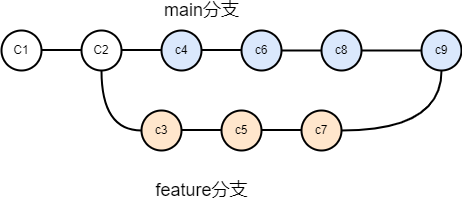
zgjsxx/static-img-repo keeps this draw.io diagram as blog/tool/git-merge-git-rebase/git-merge-git-rebase.png. Above is the earlier version. Source tidied: cells renumbered, new cells last; positions are measured from the earlier drawing's top-left corner, leaving out a move shared by most shapes. Its diagram source:
```xml
<mxGraphModel>
  <root>
    <mxCell id="0" />
    <mxCell id="1" parent="0" />
    <mxCell id="2" value="C1" style="ellipse;whiteSpace=wrap;html=1;strokeWidth=2;" parent="1" vertex="1">
      <mxGeometry y="30" width="40" height="40" as="geometry" />
    </mxCell>
    <mxCell id="3" style="edgeStyle=orthogonalEdgeStyle;curved=1;rounded=0;jettySize=auto;html=1;exitX=0.5;exitY=1;exitDx=0;exitDy=0;entryX=0;entryY=0.5;entryDx=0;entryDy=0;endArrow=none;endFill=0;strokeWidth=2;" parent="1" edge="1" source="4" target="6">
      <mxGeometry relative="1" as="geometry" />
    </mxCell>
    <mxCell id="4" value="C2" style="ellipse;whiteSpace=wrap;html=1;strokeWidth=2;" parent="1" vertex="1">
      <mxGeometry x="80" y="30" width="40" height="40" as="geometry" />
    </mxCell>
    <mxCell id="5" style="endArrow=none;html=1;rounded=0;exitX=1;exitY=0.5;exitDx=0;exitDy=0;entryX=0;entryY=0.5;entryDx=0;entryDy=0;strokeWidth=2;" parent="1" edge="1">
      <mxGeometry relative="1" as="geometry">
        <mxPoint x="40" y="49.5" as="sourcePoint" />
        <mxPoint x="80" y="49.5" as="targetPoint" />
      </mxGeometry>
    </mxCell>
    <mxCell id="6" value="c3" style="ellipse;whiteSpace=wrap;html=1;strokeWidth=2;fillColor=#ffe6cc;strokeColor=#000000;" parent="1" vertex="1">
      <mxGeometry x="140" y="110" width="40" height="40" as="geometry" />
    </mxCell>
    <mxCell id="7" value="c5" style="ellipse;whiteSpace=wrap;html=1;strokeWidth=2;fillColor=#ffe6cc;strokeColor=#000000;" parent="1" vertex="1">
      <mxGeometry x="220" y="110" width="40" height="40" as="geometry" />
    </mxCell>
    <mxCell id="8" style="endArrow=none;html=1;rounded=0;exitX=1;exitY=0.5;exitDx=0;exitDy=0;entryX=0;entryY=0.5;entryDx=0;entryDy=0;strokeWidth=2;fillColor=#ffe6cc;strokeColor=#000000;" parent="1" edge="1">
      <mxGeometry relative="1" as="geometry">
        <mxPoint x="180" y="129.5" as="sourcePoint" />
        <mxPoint x="220" y="129.5" as="targetPoint" />
      </mxGeometry>
    </mxCell>
    <mxCell id="9" value="c4" style="ellipse;whiteSpace=wrap;html=1;strokeWidth=2;fillColor=#dae8fc;strokeColor=#000000;" parent="1" vertex="1">
      <mxGeometry x="160" y="30" width="40" height="40" as="geometry" />
    </mxCell>
    <mxCell id="10" style="edgeStyle=orthogonalEdgeStyle;curved=1;rounded=0;jettySize=auto;html=1;exitX=1;exitY=0.5;exitDx=0;exitDy=0;entryX=0;entryY=0.5;entryDx=0;entryDy=0;fontSize=18;endArrow=none;endFill=0;strokeColor=#000000;strokeWidth=2;" parent="1" edge="1" source="11" target="21">
      <mxGeometry relative="1" as="geometry" />
    </mxCell>
    <mxCell id="11" value="c6" style="ellipse;whiteSpace=wrap;html=1;strokeWidth=2;fillColor=#dae8fc;strokeColor=#000000;" parent="1" vertex="1">
      <mxGeometry x="240" y="30" width="40" height="40" as="geometry" />
    </mxCell>
    <mxCell id="12" style="endArrow=none;html=1;rounded=0;exitX=1;exitY=0.5;exitDx=0;exitDy=0;entryX=0;entryY=0.5;entryDx=0;entryDy=0;strokeWidth=2;" parent="1" edge="1">
      <mxGeometry relative="1" as="geometry">
        <mxPoint x="200" y="49.5" as="sourcePoint" />
        <mxPoint x="240" y="49.5" as="targetPoint" />
      </mxGeometry>
    </mxCell>
    <mxCell id="13" style="endArrow=none;html=1;rounded=0;exitX=1;exitY=0.5;exitDx=0;exitDy=0;entryX=0;entryY=0.5;entryDx=0;entryDy=0;strokeWidth=2;" parent="1" edge="1">
      <mxGeometry relative="1" as="geometry">
        <mxPoint x="120" y="49.5" as="sourcePoint" />
        <mxPoint x="160" y="49.5" as="targetPoint" />
      </mxGeometry>
    </mxCell>
    <mxCell id="14" style="edgeStyle=orthogonalEdgeStyle;curved=1;rounded=0;jettySize=auto;html=1;exitX=1;exitY=0.5;exitDx=0;exitDy=0;entryX=0.5;entryY=1;entryDx=0;entryDy=0;fontSize=18;endArrow=none;endFill=0;strokeColor=#000000;strokeWidth=2;" parent="1" edge="1" source="15" target="19">
      <mxGeometry relative="1" as="geometry" />
    </mxCell>
    <mxCell id="15" value="c7" style="ellipse;whiteSpace=wrap;html=1;strokeWidth=2;fillColor=#ffe6cc;strokeColor=#000000;" parent="1" vertex="1">
      <mxGeometry x="300" y="110" width="40" height="40" as="geometry" />
    </mxCell>
    <mxCell id="16" style="endArrow=none;html=1;rounded=0;exitX=1;exitY=0.5;exitDx=0;exitDy=0;entryX=0;entryY=0.5;entryDx=0;entryDy=0;strokeWidth=2;fillColor=#ffe6cc;strokeColor=#000000;" parent="1" edge="1">
      <mxGeometry relative="1" as="geometry">
        <mxPoint x="260" y="129.5" as="sourcePoint" />
        <mxPoint x="300" y="129.5" as="targetPoint" />
      </mxGeometry>
    </mxCell>
    <mxCell id="17" value="&lt;font style=&quot;font-size: 18px&quot;&gt;main分支&lt;/font&gt;" style="text;html=1;align=center;verticalAlign=middle;fillColor=none;strokeColor=none;rounded=0;" parent="1" vertex="1">
      <mxGeometry x="155" width="90" height="20" as="geometry" />
    </mxCell>
    <mxCell id="18" value="&lt;font style=&quot;font-size: 18px&quot;&gt;feature分支&lt;/font&gt;" style="text;html=1;align=center;verticalAlign=middle;fillColor=none;strokeColor=none;rounded=0;" parent="1" vertex="1">
      <mxGeometry x="145" y="180" width="110" height="20" as="geometry" />
    </mxCell>
    <mxCell id="19" value="c9" style="ellipse;whiteSpace=wrap;html=1;strokeWidth=2;fillColor=#dae8fc;strokeColor=#000000;" parent="1" vertex="1">
      <mxGeometry x="420" y="30" width="40" height="40" as="geometry" />
    </mxCell>
    <mxCell id="20" style="edgeStyle=orthogonalEdgeStyle;curved=1;rounded=0;jettySize=auto;html=1;exitX=1;exitY=0.5;exitDx=0;exitDy=0;entryX=0;entryY=0.5;entryDx=0;entryDy=0;fontSize=18;endArrow=none;endFill=0;strokeColor=#000000;strokeWidth=2;" parent="1" edge="1" source="21" target="19">
      <mxGeometry relative="1" as="geometry" />
    </mxCell>
    <mxCell id="21" value="c8" style="ellipse;whiteSpace=wrap;html=1;strokeWidth=2;fillColor=#dae8fc;strokeColor=#000000;" parent="1" vertex="1">
      <mxGeometry x="320" y="30" width="40" height="40" as="geometry" />
    </mxCell>
  </root>
</mxGraphModel>
```
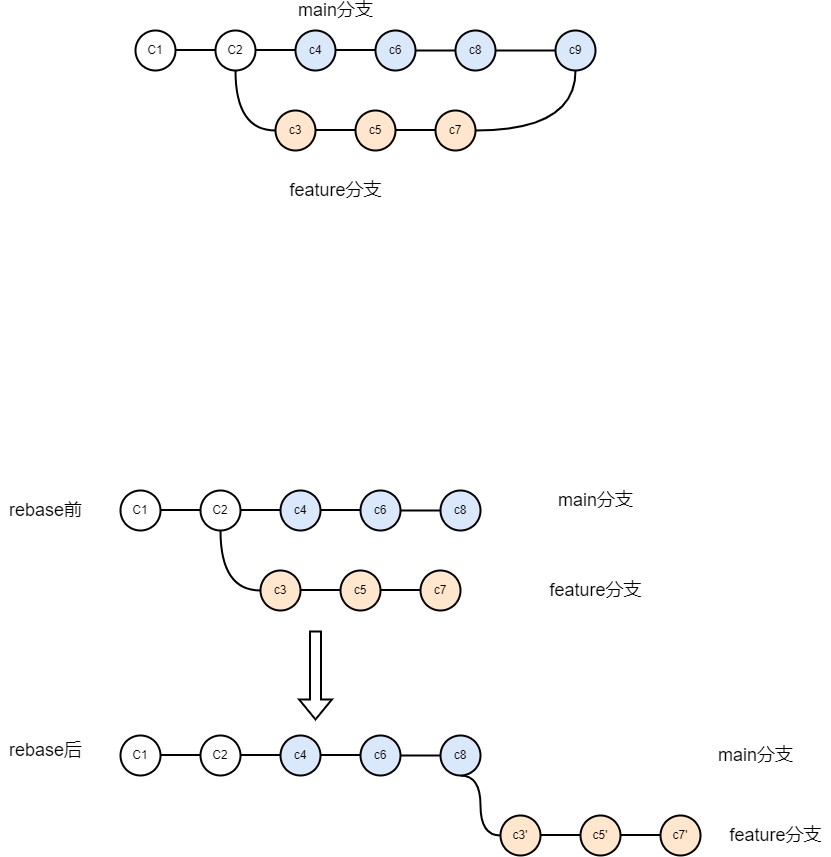
Above is the later version.

Diff of the diagram source:
```diff
@@ -77,5 +77,151 @@
     <mxCell id="21" value="c8" style="ellipse;whiteSpace=wrap;html=1;strokeWidth=2;fillColor=#dae8fc;strokeColor=#000000;" parent="1" vertex="1">
       <mxGeometry x="320" y="30" width="40" height="40" as="geometry" />
     </mxCell>
+    <mxCell id="22" value="C1" style="ellipse;whiteSpace=wrap;html=1;strokeWidth=2;" parent="1" vertex="1">
+      <mxGeometry x="-15" y="490" width="40" height="40" as="geometry" />
+    </mxCell>
+    <mxCell id="23" style="edgeStyle=orthogonalEdgeStyle;curved=1;rounded=0;jettySize=auto;html=1;exitX=0.5;exitY=1;exitDx=0;exitDy=0;entryX=0;entryY=0.5;entryDx=0;entryDy=0;endArrow=none;endFill=0;strokeWidth=2;" parent="1" edge="1" source="24" target="26">
+      <mxGeometry relative="1" as="geometry" />
+    </mxCell>
+    <mxCell id="24" value="C2" style="ellipse;whiteSpace=wrap;html=1;strokeWidth=2;" parent="1" vertex="1">
+      <mxGeometry x="65" y="490" width="40" height="40" as="geometry" />
+    </mxCell>
+    <mxCell id="25" style="endArrow=none;html=1;rounded=0;exitX=1;exitY=0.5;exitDx=0;exitDy=0;entryX=0;entryY=0.5;entryDx=0;entryDy=0;strokeWidth=2;" parent="1" edge="1">
+      <mxGeometry relative="1" as="geometry">
+        <mxPoint x="25" y="509.5" as="sourcePoint" />
+        <mxPoint x="65" y="509.5" as="targetPoint" />
+      </mxGeometry>
+    </mxCell>
+    <mxCell id="26" value="c3" style="ellipse;whiteSpace=wrap;html=1;strokeWidth=2;fillColor=#ffe6cc;strokeColor=#000000;" parent="1" vertex="1">
+      <mxGeometry x="125" y="570" width="40" height="40" as="geometry" />
+    </mxCell>
+    <mxCell id="27" value="c5" style="ellipse;whiteSpace=wrap;html=1;strokeWidth=2;fillColor=#ffe6cc;strokeColor=#000000;" parent="1" vertex="1">
+      <mxGeometry x="205" y="570" width="40" height="40" as="geometry" />
+    </mxCell>
+    <mxCell id="28" style="endArrow=none;html=1;rounded=0;exitX=1;exitY=0.5;exitDx=0;exitDy=0;entryX=0;entryY=0.5;entryDx=0;entryDy=0;strokeWidth=2;fillColor=#ffe6cc;strokeColor=#000000;" parent="1" edge="1">
+      <mxGeometry relative="1" as="geometry">
+        <mxPoint x="165" y="589.5" as="sourcePoint" />
+        <mxPoint x="205" y="589.5" as="targetPoint" />
+      </mxGeometry>
+    </mxCell>
+    <mxCell id="29" value="c4" style="ellipse;whiteSpace=wrap;html=1;strokeWidth=2;fillColor=#dae8fc;strokeColor=#000000;" parent="1" vertex="1">
+      <mxGeometry x="145" y="490" width="40" height="40" as="geometry" />
+    </mxCell>
+    <mxCell id="30" style="edgeStyle=orthogonalEdgeStyle;curved=1;rounded=0;jettySize=auto;html=1;exitX=1;exitY=0.5;exitDx=0;exitDy=0;entryX=0;entryY=0.5;entryDx=0;entryDy=0;fontSize=18;endArrow=none;endFill=0;strokeColor=#000000;strokeWidth=2;" parent="1" edge="1" source="31" target="38">
+      <mxGeometry relative="1" as="geometry" />
+    </mxCell>
+    <mxCell id="31" value="c6" style="ellipse;whiteSpace=wrap;html=1;strokeWidth=2;fillColor=#dae8fc;strokeColor=#000000;" parent="1" vertex="1">
+      <mxGeometry x="225" y="490" width="40" height="40" as="geometry" />
+    </mxCell>
+    <mxCell id="32" style="endArrow=none;html=1;rounded=0;exitX=1;exitY=0.5;exitDx=0;exitDy=0;entryX=0;entryY=0.5;entryDx=0;entryDy=0;strokeWidth=2;" parent="1" edge="1">
+      <mxGeometry relative="1" as="geometry">
+        <mxPoint x="185" y="509.5" as="sourcePoint" />
+        <mxPoint x="225" y="509.5" as="targetPoint" />
+      </mxGeometry>
+    </mxCell>
+    <mxCell id="33" style="endArrow=none;html=1;rounded=0;exitX=1;exitY=0.5;exitDx=0;exitDy=0;entryX=0;entryY=0.5;entryDx=0;entryDy=0;strokeWidth=2;" parent="1" edge="1">
+      <mxGeometry relative="1" as="geometry">
+        <mxPoint x="105" y="509.5" as="sourcePoint" />
+        <mxPoint x="145" y="509.5" as="targetPoint" />
+      </mxGeometry>
+    </mxCell>
+    <mxCell id="34" value="c7" style="ellipse;whiteSpace=wrap;html=1;strokeWidth=2;fillColor=#ffe6cc;strokeColor=#000000;" parent="1" vertex="1">
+      <mxGeometry x="285" y="570" width="40" height="40" as="geometry" />
+    </mxCell>
+    <mxCell id="35" style="endArrow=none;html=1;rounded=0;exitX=1;exitY=0.5;exitDx=0;exitDy=0;entryX=0;entryY=0.5;entryDx=0;entryDy=0;strokeWidth=2;fillColor=#ffe6cc;strokeColor=#000000;" parent="1" edge="1">
+      <mxGeometry relative="1" as="geometry">
+        <mxPoint x="245" y="589.5" as="sourcePoint" />
+        <mxPoint x="285" y="589.5" as="targetPoint" />
+      </mxGeometry>
+    </mxCell>
+    <mxCell id="36" value="&lt;font style=&quot;font-size: 18px&quot;&gt;main分支&lt;/font&gt;" style="text;html=1;align=center;verticalAlign=middle;fillColor=none;strokeColor=none;rounded=0;" parent="1" vertex="1">
+      <mxGeometry x="415" y="490" width="90" height="20" as="geometry" />
+    </mxCell>
+    <mxCell id="37" value="&lt;font style=&quot;font-size: 18px&quot;&gt;feature分支&lt;/font&gt;" style="text;html=1;align=center;verticalAlign=middle;fillColor=none;strokeColor=none;rounded=0;" parent="1" vertex="1">
+      <mxGeometry x="405" y="580" width="110" height="20" as="geometry" />
+    </mxCell>
+    <mxCell id="38" value="c8" style="ellipse;whiteSpace=wrap;html=1;strokeWidth=2;fillColor=#dae8fc;strokeColor=#000000;" parent="1" vertex="1">
+      <mxGeometry x="305" y="490" width="40" height="40" as="geometry" />
+    </mxCell>
+    <mxCell id="39" value="C1" style="ellipse;whiteSpace=wrap;html=1;strokeWidth=2;" parent="1" vertex="1">
+      <mxGeometry x="-15" y="735" width="40" height="40" as="geometry" />
+    </mxCell>
+    <mxCell id="40" style="edgeStyle=orthogonalEdgeStyle;curved=1;rounded=0;jettySize=auto;html=1;exitX=0.5;exitY=1;exitDx=0;exitDy=0;entryX=0;entryY=0.5;entryDx=0;entryDy=0;endArrow=none;endFill=0;strokeWidth=2;" parent="1" edge="1" target="43">
+      <mxGeometry relative="1" as="geometry">
+        <mxPoint x="325" y="775" as="sourcePoint" />
+      </mxGeometry>
+    </mxCell>
+    <mxCell id="41" value="C2" style="ellipse;whiteSpace=wrap;html=1;strokeWidth=2;" parent="1" vertex="1">
+      <mxGeometry x="65" y="735" width="40" height="40" as="geometry" />
+    </mxCell>
+    <mxCell id="42" style="endArrow=none;html=1;rounded=0;exitX=1;exitY=0.5;exitDx=0;exitDy=0;entryX=0;entryY=0.5;entryDx=0;entryDy=0;strokeWidth=2;" parent="1" edge="1">
+      <mxGeometry relative="1" as="geometry">
+        <mxPoint x="25" y="754.5" as="sourcePoint" />
+        <mxPoint x="65" y="754.5" as="targetPoint" />
+      </mxGeometry>
+    </mxCell>
+    <mxCell id="43" value="c3'" style="ellipse;whiteSpace=wrap;html=1;strokeWidth=2;fillColor=#ffe6cc;strokeColor=#000000;" parent="1" vertex="1">
+      <mxGeometry x="365" y="815" width="40" height="40" as="geometry" />
+    </mxCell>
+    <mxCell id="44" value="c5'" style="ellipse;whiteSpace=wrap;html=1;strokeWidth=2;fillColor=#ffe6cc;strokeColor=#000000;" parent="1" vertex="1">
+      <mxGeometry x="445" y="815" width="40" height="40" as="geometry" />
+    </mxCell>
+    <mxCell id="45" style="endArrow=none;html=1;rounded=0;exitX=1;exitY=0.5;exitDx=0;exitDy=0;entryX=0;entryY=0.5;entryDx=0;entryDy=0;strokeWidth=2;fillColor=#ffe6cc;strokeColor=#000000;" parent="1" edge="1">
+      <mxGeometry relative="1" as="geometry">
+        <mxPoint x="405" y="834.5" as="sourcePoint" />
+        <mxPoint x="445" y="834.5" as="targetPoint" />
+      </mxGeometry>
+    </mxCell>
+    <mxCell id="46" value="c4" style="ellipse;whiteSpace=wrap;html=1;strokeWidth=2;fillColor=#dae8fc;strokeColor=#000000;" parent="1" vertex="1">
+      <mxGeometry x="145" y="735" width="40" height="40" as="geometry" />
+    </mxCell>
+    <mxCell id="47" style="edgeStyle=orthogonalEdgeStyle;curved=1;rounded=0;jettySize=auto;html=1;exitX=1;exitY=0.5;exitDx=0;exitDy=0;entryX=0;entryY=0.5;entryDx=0;entryDy=0;fontSize=18;endArrow=none;endFill=0;strokeColor=#000000;strokeWidth=2;" parent="1" edge="1" source="48" target="55">
+      <mxGeometry relative="1" as="geometry" />
+    </mxCell>
+    <mxCell id="48" value="c6" style="ellipse;whiteSpace=wrap;html=1;strokeWidth=2;fillColor=#dae8fc;strokeColor=#000000;" parent="1" vertex="1">
+      <mxGeometry x="225" y="735" width="40" height="40" as="geometry" />
+    </mxCell>
+    <mxCell id="49" style="endArrow=none;html=1;rounded=0;exitX=1;exitY=0.5;exitDx=0;exitDy=0;entryX=0;entryY=0.5;entryDx=0;entryDy=0;strokeWidth=2;" parent="1" edge="1">
+      <mxGeometry relative="1" as="geometry">
+        <mxPoint x="185" y="754.5" as="sourcePoint" />
+        <mxPoint x="225" y="754.5" as="targetPoint" />
+      </mxGeometry>
+    </mxCell>
+    <mxCell id="50" style="endArrow=none;html=1;rounded=0;exitX=1;exitY=0.5;exitDx=0;exitDy=0;entryX=0;entryY=0.5;entryDx=0;entryDy=0;strokeWidth=2;" parent="1" edge="1">
+      <mxGeometry relative="1" as="geometry">
+        <mxPoint x="105" y="754.5" as="sourcePoint" />
+        <mxPoint x="145" y="754.5" as="targetPoint" />
+      </mxGeometry>
+    </mxCell>
+    <mxCell id="51" value="c7'" style="ellipse;whiteSpace=wrap;html=1;strokeWidth=2;fillColor=#ffe6cc;strokeColor=#000000;" parent="1" vertex="1">
+      <mxGeometry x="525" y="815" width="40" height="40" as="geometry" />
+    </mxCell>
+    <mxCell id="52" style="endArrow=none;html=1;rounded=0;exitX=1;exitY=0.5;exitDx=0;exitDy=0;entryX=0;entryY=0.5;entryDx=0;entryDy=0;strokeWidth=2;fillColor=#ffe6cc;strokeColor=#000000;" parent="1" edge="1">
+      <mxGeometry relative="1" as="geometry">
+        <mxPoint x="485" y="834.5" as="sourcePoint" />
+        <mxPoint x="525" y="834.5" as="targetPoint" />
+      </mxGeometry>
+    </mxCell>
+    <mxCell id="53" value="&lt;font style=&quot;font-size: 18px&quot;&gt;main分支&lt;/font&gt;" style="text;html=1;align=center;verticalAlign=middle;fillColor=none;strokeColor=none;rounded=0;" parent="1" vertex="1">
+      <mxGeometry x="575" y="745" width="90" height="20" as="geometry" />
+    </mxCell>
+    <mxCell id="54" value="&lt;font style=&quot;font-size: 18px&quot;&gt;feature分支&lt;/font&gt;" style="text;html=1;align=center;verticalAlign=middle;fillColor=none;strokeColor=none;rounded=0;" parent="1" vertex="1">
+      <mxGeometry x="585" y="825" width="110" height="20" as="geometry" />
+    </mxCell>
+    <mxCell id="55" value="c8" style="ellipse;whiteSpace=wrap;html=1;strokeWidth=2;fillColor=#dae8fc;strokeColor=#000000;" parent="1" vertex="1">
+      <mxGeometry x="305" y="735" width="40" height="40" as="geometry" />
+    </mxCell>
+    <mxCell id="56" value="rebase前" style="text;html=1;align=center;verticalAlign=middle;fillColor=default;strokeColor=none;rounded=0;fontSize=18;" parent="1" vertex="1">
+      <mxGeometry x="-135" y="495" width="90" height="30" as="geometry" />
+    </mxCell>
+    <mxCell id="57" value="rebase后" style="text;html=1;align=center;verticalAlign=middle;fillColor=default;strokeColor=none;rounded=0;fontSize=18;" parent="1" vertex="1">
+      <mxGeometry x="-135" y="735" width="90" height="30" as="geometry" />
+    </mxCell>
+    <mxCell id="58" style="shape=flexArrow;endArrow=classic;html=1;rounded=0;fontSize=18;strokeColor=#000000;strokeWidth=2;curved=1;" parent="1" edge="1">
+      <mxGeometry relative="1" as="geometry">
+        <mxPoint x="180" y="630" as="sourcePoint" />
+        <mxPoint x="180" y="720" as="targetPoint" />
+      </mxGeometry>
+    </mxCell>
   </root>
 </mxGraphModel>
```
